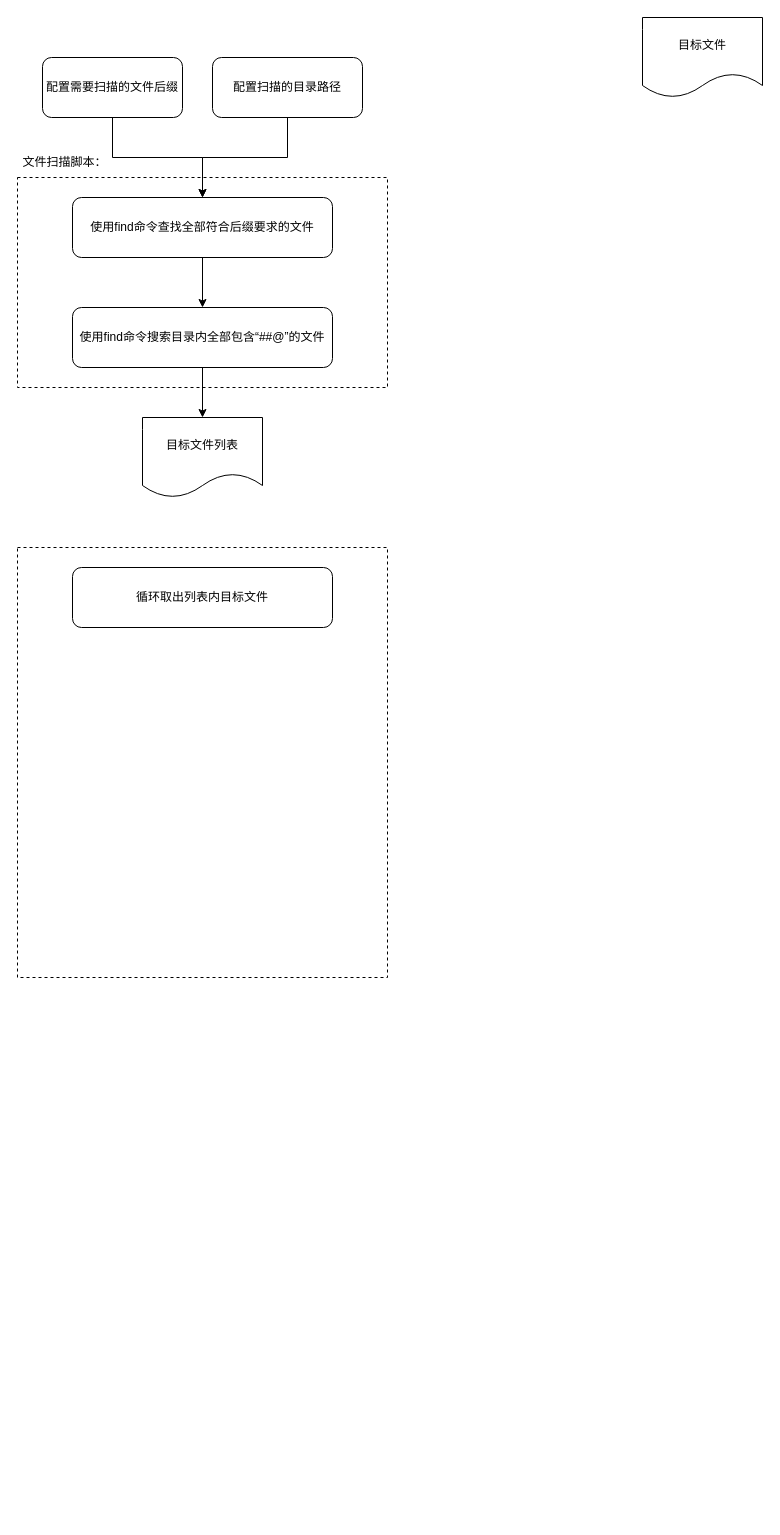
Above: oem脚本专利发明方案图1.drawio in ColonelDarcy2018/excelsior (draw.io), before the change. Source tidied: cells renumbered, new cells numbered last; positions are measured from the earlier drawing's top-left corner, leaving out a move shared by most shapes. Both pictures are drawn from the tidied source at 100%, with x=0, y=0 at pixel (17, 17).
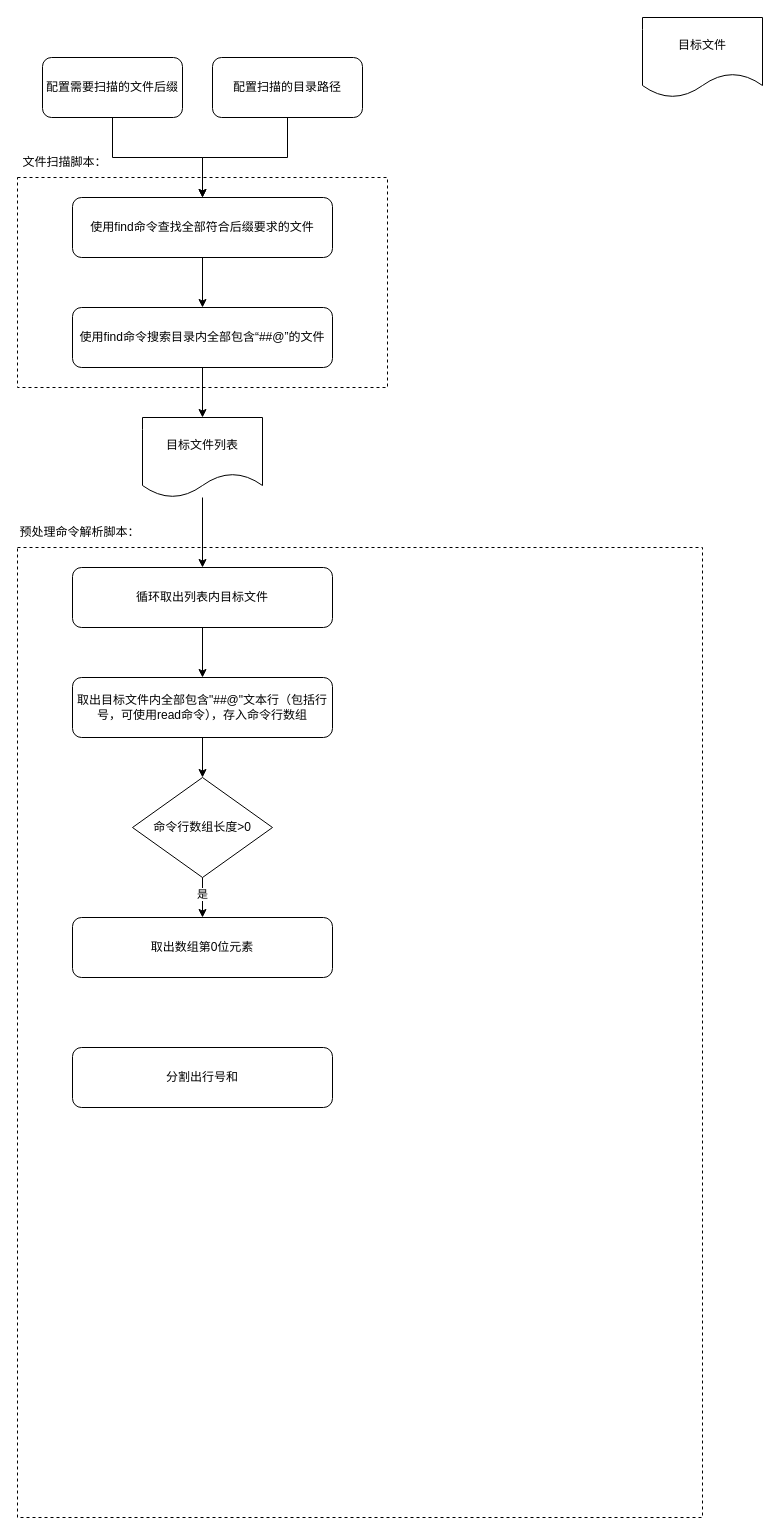
After the change.

Commit message:
更新oem脚本专利发明方案图1.drawio

The change refers to these unchanged cells:
```xml
<mxCell id="12" value="目标文件列表" style="shape=document;whiteSpace=wrap;html=1;boundedLbl=1;" parent="1" vertex="1">
  <mxGeometry x="125" y="400" width="120" height="80" as="geometry" />
</mxCell>
<mxCell id="15" value="循环取出列表内目标文件" style="rounded=1;whiteSpace=wrap;html=1;" parent="1" vertex="1">
  <mxGeometry x="55" y="550" width="260" height="60" as="geometry" />
</mxCell>
```

What changed in the source:
```diff
@@
+    <mxCell id="14" style="rounded=0;whiteSpace=wrap;html=1;dashed=1;" parent="1" vertex="1">
+      <mxGeometry y="530" width="685" height="970" as="geometry" />
+    </mxCell>
@@
+    <mxCell id="16" style="edgeStyle=orthogonalEdgeStyle;rounded=0;jettySize=auto;html=1;" parent="1" edge="1" source="12" target="15">
+      <mxGeometry relative="1" as="geometry" />
+    </mxCell>
@@
-    <mxCell id="14" style="rounded=0;whiteSpace=wrap;html=1;dashed=1;" parent="1" vertex="1">
-      <mxGeometry y="530" width="370" height="430" as="geometry" />
-    </mxCell>
+    <mxCell id="17" style="edgeStyle=orthogonalEdgeStyle;rounded=0;jettySize=auto;html=1;" parent="1" edge="1" source="15" target="20">
+      <mxGeometry relative="1" as="geometry" />
+    </mxCell>
@@
+    <mxCell id="18" value="预处理命令解析脚本：" style="text;html=1;strokeColor=none;fillColor=none;align=center;verticalAlign=middle;whiteSpace=wrap;rounded=0;" parent="1" vertex="1">
+      <mxGeometry y="500" width="125" height="30" as="geometry" />
+    </mxCell>
+    <mxCell id="19" style="edgeStyle=orthogonalEdgeStyle;rounded=0;jettySize=auto;html=1;" parent="1" edge="1" source="20" target="24">
+      <mxGeometry relative="1" as="geometry" />
+    </mxCell>
+    <mxCell id="20" value="取出目标文件内全部包含&quot;##@&quot;文本行（包括行号，可使用read命令），存入命令行数组" style="rounded=1;whiteSpace=wrap;html=1;" parent="1" vertex="1">
+      <mxGeometry x="55" y="660" width="260" height="60" as="geometry" />
+    </mxCell>
+    <mxCell id="21" value="取出数组第0位元素" style="rounded=1;whiteSpace=wrap;html=1;" parent="1" vertex="1">
+      <mxGeometry x="55" y="900" width="260" height="60" as="geometry" />
+    </mxCell>
+    <mxCell id="22" style="edgeStyle=orthogonalEdgeStyle;rounded=0;jettySize=auto;html=1;" parent="1" edge="1" source="24" target="21">
+      <mxGeometry relative="1" as="geometry" />
+    </mxCell>
+    <mxCell id="23" value="是" style="edgeLabel;html=1;align=center;verticalAlign=middle;" parent="22" vertex="1">
+      <mxGeometry x="-0.2" y="2" relative="1" as="geometry">
+        <mxPoint x="-3" as="offset" />
+      </mxGeometry>
+    </mxCell>
+    <mxCell id="24" value="命令行数组长度&amp;gt;0" style="rhombus;whiteSpace=wrap;html=1;" parent="1" vertex="1">
+      <mxGeometry x="115" y="760" width="140" height="100" as="geometry" />
+    </mxCell>
+    <mxCell id="25" value="分割出行号和" style="rounded=1;whiteSpace=wrap;html=1;" parent="1" vertex="1">
+      <mxGeometry x="55" y="1030" width="260" height="60" as="geometry" />
+    </mxCell>
```
